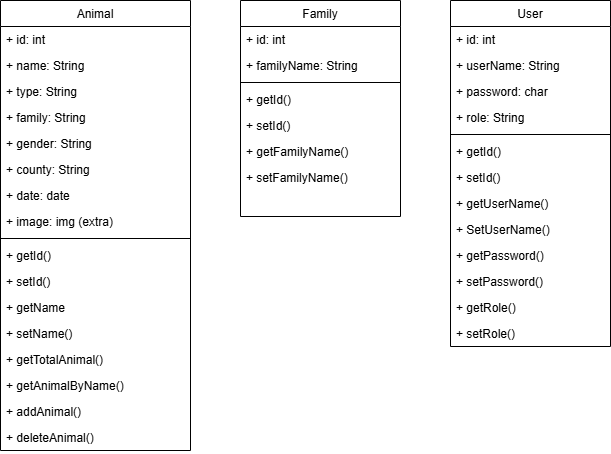
Before: diagram/reserva_natural_diagrama_de_clases.drawio.png, a diagram exported from draw.io (Andreina2/springboot_reserva_natural). Source tidied: cells renumbered, new cells last; positions are measured from the earlier drawing's top-left corner, leaving out a move shared by most shapes.
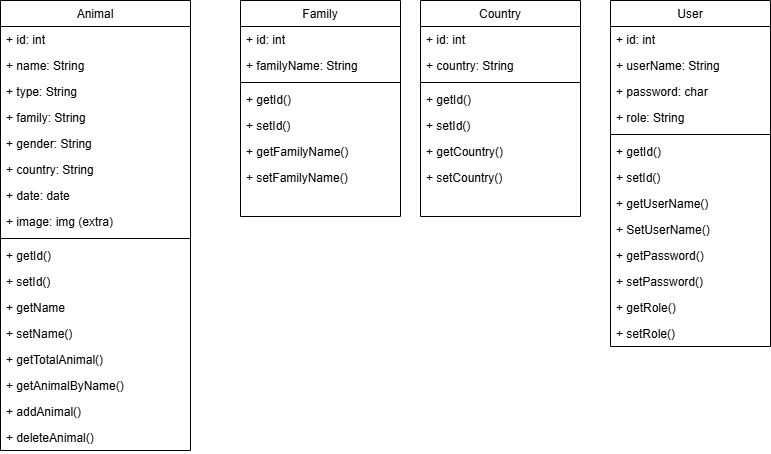
Above is the later version.

The edit, as a diff of the source:
```diff
@@ -20,7 +20,7 @@
     <mxCell id="7" value="+ gender: String" style="text;align=left;verticalAlign=top;spacingLeft=4;spacingRight=4;overflow=hidden;rounded=0;shadow=0;html=0;" parent="2" vertex="1">
       <mxGeometry y="130" width="190" height="26" as="geometry" />
     </mxCell>
-    <mxCell id="8" value="+ county: String" style="text;align=left;verticalAlign=top;spacingLeft=4;spacingRight=4;overflow=hidden;rounded=0;shadow=0;html=0;" parent="2" vertex="1">
+    <mxCell id="8" value="+ country: String" style="text;align=left;verticalAlign=top;spacingLeft=4;spacingRight=4;overflow=hidden;rounded=0;shadow=0;html=0;" parent="2" vertex="1">
       <mxGeometry y="156" width="190" height="26" as="geometry" />
     </mxCell>
     <mxCell id="9" value="+ date: date" style="text;align=left;verticalAlign=top;spacingLeft=4;spacingRight=4;overflow=hidden;rounded=0;shadow=0;html=0;" parent="2" vertex="1">
@@ -81,7 +81,7 @@
       <mxGeometry y="164" width="160" height="26" as="geometry" />
     </mxCell>
     <mxCell id="28" value="User" style="swimlane;fontStyle=0;align=center;verticalAlign=top;horizontal=1;startSize=26;rounded=0;shadow=0;strokeWidth=1;" parent="1" vertex="1">
-      <mxGeometry x="450" width="160" height="346" as="geometry" />
+      <mxGeometry x="610" width="160" height="346" as="geometry" />
     </mxCell>
     <mxCell id="29" value="+ id: int" style="text;align=left;verticalAlign=top;spacingLeft=4;spacingRight=4;overflow=hidden;" parent="28" vertex="1">
       <mxGeometry y="26" width="160" height="26" as="geometry" />
@@ -122,5 +122,29 @@
     <mxCell id="41" value="+ setRole()" style="text;align=left;verticalAlign=top;spacingLeft=4;spacingRight=4;overflow=hidden;rounded=0;shadow=0;html=0;" parent="28" vertex="1">
       <mxGeometry y="320" width="160" height="26" as="geometry" />
     </mxCell>
+    <mxCell id="42" value="Country" style="swimlane;fontStyle=0;align=center;verticalAlign=top;horizontal=1;startSize=26;rounded=0;shadow=0;strokeWidth=1;" parent="1" vertex="1">
+      <mxGeometry x="420" width="160" height="216" as="geometry" />
+    </mxCell>
+    <mxCell id="43" value="+ id: int" style="text;align=left;verticalAlign=top;spacingLeft=4;spacingRight=4;overflow=hidden;" parent="42" vertex="1">
+      <mxGeometry y="26" width="160" height="26" as="geometry" />
+    </mxCell>
+    <mxCell id="44" value="+ country: String" style="text;align=left;verticalAlign=top;spacingLeft=4;spacingRight=4;overflow=hidden;rounded=0;shadow=0;html=0;" parent="42" vertex="1">
+      <mxGeometry y="52" width="160" height="26" as="geometry" />
+    </mxCell>
+    <mxCell id="45" style="line;html=1;strokeWidth=1;align=left;verticalAlign=middle;spacingTop=-1;spacingLeft=3;spacingRight=3;labelPosition=right;" parent="42" vertex="1">
+      <mxGeometry y="78" width="160" height="8" as="geometry" />
+    </mxCell>
+    <mxCell id="46" value="+ getId()" style="text;align=left;verticalAlign=top;spacingLeft=4;spacingRight=4;overflow=hidden;rounded=0;shadow=0;html=0;" parent="42" vertex="1">
+      <mxGeometry y="86" width="160" height="26" as="geometry" />
+    </mxCell>
+    <mxCell id="47" value="+ setId()" style="text;align=left;verticalAlign=top;spacingLeft=4;spacingRight=4;overflow=hidden;rounded=0;shadow=0;html=0;" parent="42" vertex="1">
+      <mxGeometry y="112" width="160" height="26" as="geometry" />
+    </mxCell>
+    <mxCell id="48" value="+ getCountry()" style="text;align=left;verticalAlign=top;spacingLeft=4;spacingRight=4;overflow=hidden;rounded=0;shadow=0;html=0;" parent="42" vertex="1">
+      <mxGeometry y="138" width="160" height="26" as="geometry" />
+    </mxCell>
+    <mxCell id="49" value="+ setCountry()" style="text;align=left;verticalAlign=top;spacingLeft=4;spacingRight=4;overflow=hidden;rounded=0;shadow=0;html=0;" parent="42" vertex="1">
+      <mxGeometry y="164" width="160" height="26" as="geometry" />
+    </mxCell>
   </root>
 </mxGraphModel>
```
